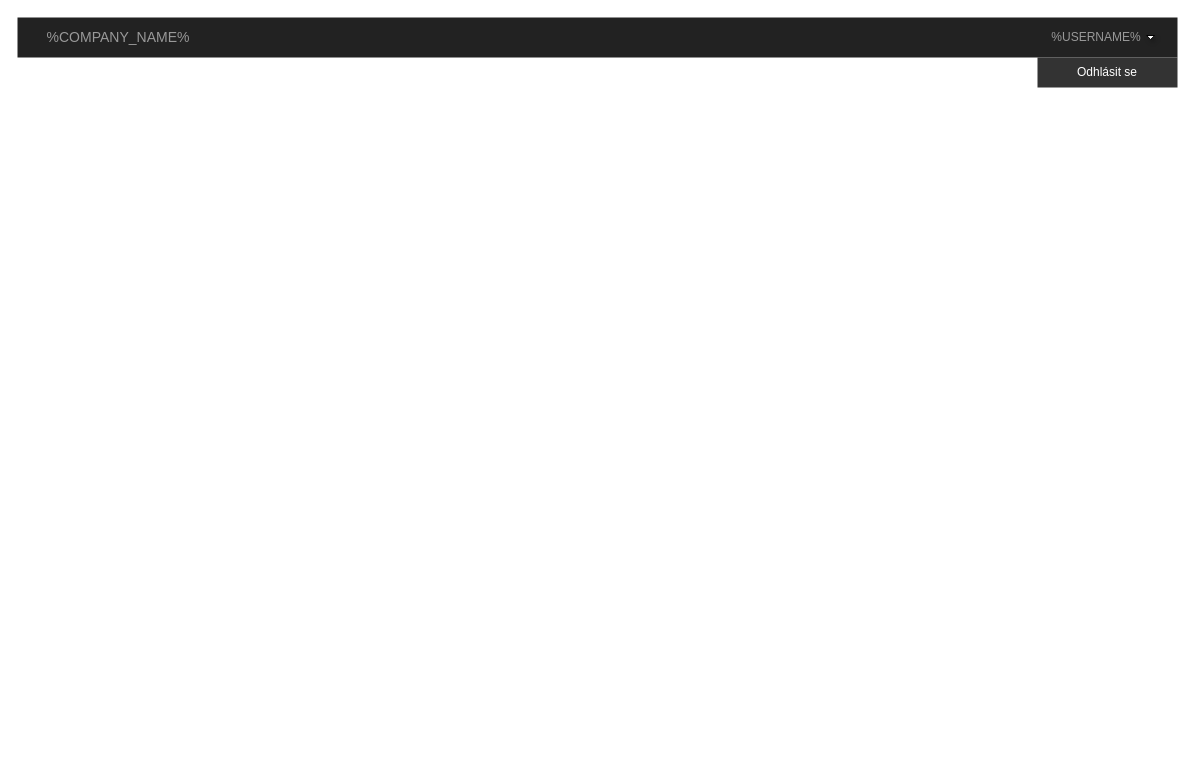
Earlier version of the draw.io diagram EventDetailUIWireframe.drawio (dminikm/EsportsIS). Source tidied: cells renumbered, new cells numbered last; positions are measured from the earlier drawing's top-left corner, leaving out a move shared by most shapes. Both pictures are drawn from the tidied source at 100%, with x=0, y=0 at pixel (17, 17).
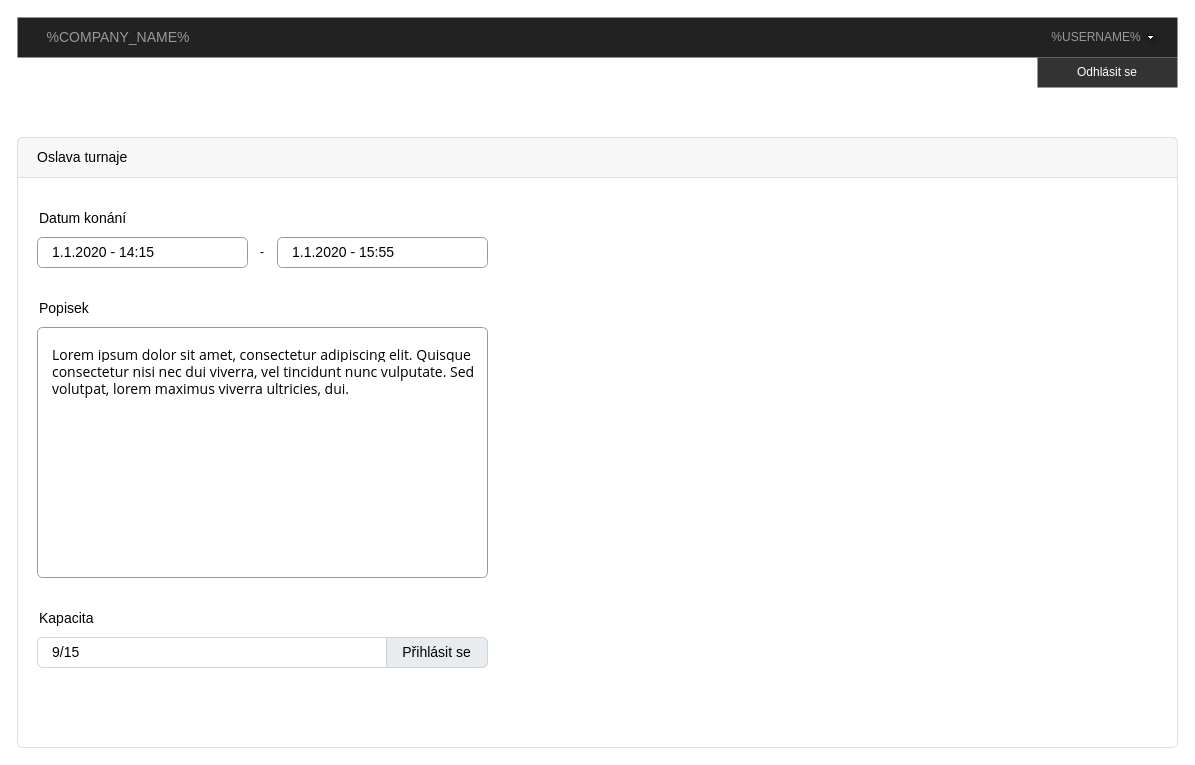
The same page after the edit.

Diff of the diagram source:
```diff
@@
 <mxGraphModel background="#ffffff">
   <root>
     <mxCell id="0" />
     <mxCell id="1" parent="0" />
     <mxCell id="2" style="html=1;shadow=0;dashed=0;shape=mxgraph.bootstrap.rect;fillColor=#222222;strokeColor=none;whiteSpace=wrap;rounded=0;fontSize=12;fontColor=#000000;align=center;" parent="1" vertex="1">
       <mxGeometry width="1160" height="40" as="geometry" />
     </mxCell>
     <mxCell id="3" value="%COMPANY_NAME%" style="html=1;shadow=0;dashed=0;fillColor=none;strokeColor=none;shape=mxgraph.bootstrap.rect;fontColor=#999999;fontSize=14;whiteSpace=wrap;" parent="2" vertex="1">
       <mxGeometry width="201.6" height="40" as="geometry" />
     </mxCell>
     <mxCell id="4" value="%USERNAME%" style="html=1;shadow=0;dashed=0;fillColor=none;strokeColor=none;shape=mxgraph.bootstrap.rect;fontColor=#999999;whiteSpace=wrap;" parent="2" vertex="1">
       <mxGeometry x="998.1" width="161.9" height="40" as="geometry" />
     </mxCell>
     <mxCell id="5" style="shape=triangle;direction=south;rounded=0;shadow=1;fontSize=12;align=center;html=1;" parent="2" vertex="1">
       <mxGeometry x="1129.1" y="18" width="8.1" height="4" as="geometry" />
     </mxCell>
     <mxCell id="6" value="&lt;font color=&quot;#ffffff&quot;&gt;Odhlásit se&lt;/font&gt;" style="text;html=1;strokeColor=none;align=center;verticalAlign=middle;whiteSpace=wrap;rounded=0;fillColor=#333333;" parent="1" vertex="1">
       <mxGeometry x="1020" y="40" width="140" height="30" as="geometry" />
     </mxCell>
+    <mxCell id="7" style="html=1;shadow=0;dashed=0;shape=mxgraph.bootstrap.rrect;rSize=5;strokeColor=#DFDFDF;html=1;whiteSpace=wrap;fillColor=#FFFFFF;fontColor=#000000;verticalAlign=top;" parent="1" vertex="1">
+      <mxGeometry y="120" width="1160" height="610" as="geometry" />
+    </mxCell>
+    <mxCell id="8" value="Oslava turnaje" style="html=1;shadow=0;dashed=0;shape=mxgraph.bootstrap.topButton;strokeColor=inherit;fillColor=#F7F7F7;rSize=5;perimeter=none;whiteSpace=wrap;align=left;spacing=20;fontSize=14;" parent="7" vertex="1">
+      <mxGeometry width="1160" height="40" relative="1" as="geometry" />
+    </mxCell>
+    <mxCell id="9" value="Datum konání" style="fillColor=none;strokeColor=none;align=left;fontSize=14;" parent="7" vertex="1">
+      <mxGeometry x="20" y="60" width="260" height="40" as="geometry" />
+    </mxCell>
+    <mxCell id="10" value="1.1.2020 - 14:15" style="html=1;shadow=0;dashed=0;shape=mxgraph.bootstrap.rrect;rSize=5;fillColor=none;strokeColor=#999999;align=left;spacing=15;fontSize=14;" parent="7" vertex="1">
+      <mxGeometry x="20" y="100" width="210" height="30" as="geometry" />
+    </mxCell>
+    <mxCell id="11" value="1.1.2020 - 15:55" style="html=1;shadow=0;dashed=0;shape=mxgraph.bootstrap.rrect;rSize=5;fillColor=none;strokeColor=#999999;align=left;spacing=15;fontSize=14;" parent="7" vertex="1">
+      <mxGeometry x="260" y="100" width="210" height="30" as="geometry" />
+    </mxCell>
+    <mxCell id="12" value="-" style="text;html=1;strokeColor=none;fillColor=none;align=center;verticalAlign=middle;whiteSpace=wrap;rounded=0;" parent="7" vertex="1">
+      <mxGeometry x="230" y="105" width="30" height="20" as="geometry" />
+    </mxCell>
+    <mxCell id="13" value="Popisek" style="fillColor=none;strokeColor=none;align=left;fontSize=14;" parent="7" vertex="1">
+      <mxGeometry x="20" y="150" width="260" height="40" as="geometry" />
+    </mxCell>
+    <mxCell id="14" value="&lt;span style=&quot;font-family: &amp;quot;open sans&amp;quot;, arial, sans-serif; background-color: rgb(255, 255, 255); line-height: 100%;&quot;&gt;Lorem ipsum dolor sit amet, consectetur adipiscing elit. Quisque &lt;br&gt;consectetur nisi nec dui viverra, vel tincidunt nunc vulputate. Sed&lt;br&gt;volutpat, lorem maximus viverra ultricies, dui.&lt;/span&gt;" style="html=1;shadow=0;dashed=0;shape=mxgraph.bootstrap.rrect;rSize=5;fillColor=none;strokeColor=#999999;align=left;spacing=15;fontSize=14;verticalAlign=top;" parent="7" vertex="1">
+      <mxGeometry x="20" y="190" width="450" height="250" as="geometry" />
+    </mxCell>
+    <mxCell id="15" value="Kapacita" style="fillColor=none;strokeColor=none;align=left;fontSize=14;" parent="7" vertex="1">
+      <mxGeometry x="20" y="460" width="260" height="40" as="geometry" />
+    </mxCell>
+    <mxCell id="16" value="&lt;font color=&quot;#000000&quot;&gt;9/15&lt;/font&gt;" style="html=1;shadow=0;dashed=0;shape=mxgraph.bootstrap.rrect;rSize=5;strokeColor=#CED4DA;html=1;whiteSpace=wrap;fillColor=#FFFFFF;fontColor=#7D868C;align=left;spacingLeft=0;spacing=15;fontSize=14;" parent="7" vertex="1">
+      <mxGeometry x="20" y="500" width="450" height="30" as="geometry" />
+    </mxCell>
+    <mxCell id="17" value="Přihlásit se" style="html=1;shadow=0;dashed=0;shape=mxgraph.bootstrap.rightButton;strokeColor=inherit;gradientColor=inherit;fillColor=#E9ECEF;rSize=5;perimeter=none;whiteSpace=wrap;fontSize=14;" parent="16" vertex="1">
+      <mxGeometry x="1" width="101" height="30" relative="1" as="geometry">
+        <mxPoint x="-101" as="offset" />
+      </mxGeometry>
+    </mxCell>
   </root>
 </mxGraphModel>
```
